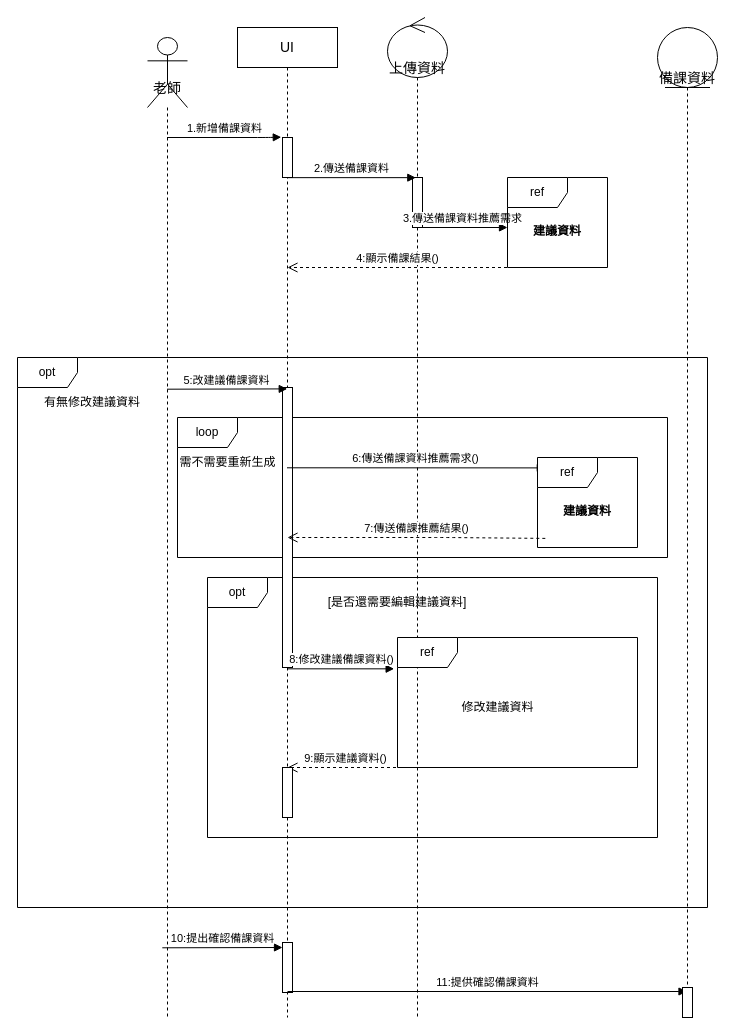
Above: AC循序圖(建立備課資料並修改建議資料).drawio in Kevincheng0804/System-analysis (draw.io), before the change. Source tidied: cells renumbered, new cells numbered last; positions are measured from the earlier drawing's top-left corner, leaving out a move shared by most shapes. Both pictures are drawn from the tidied source at 100%, with x=0, y=0 at pixel (17, 17).
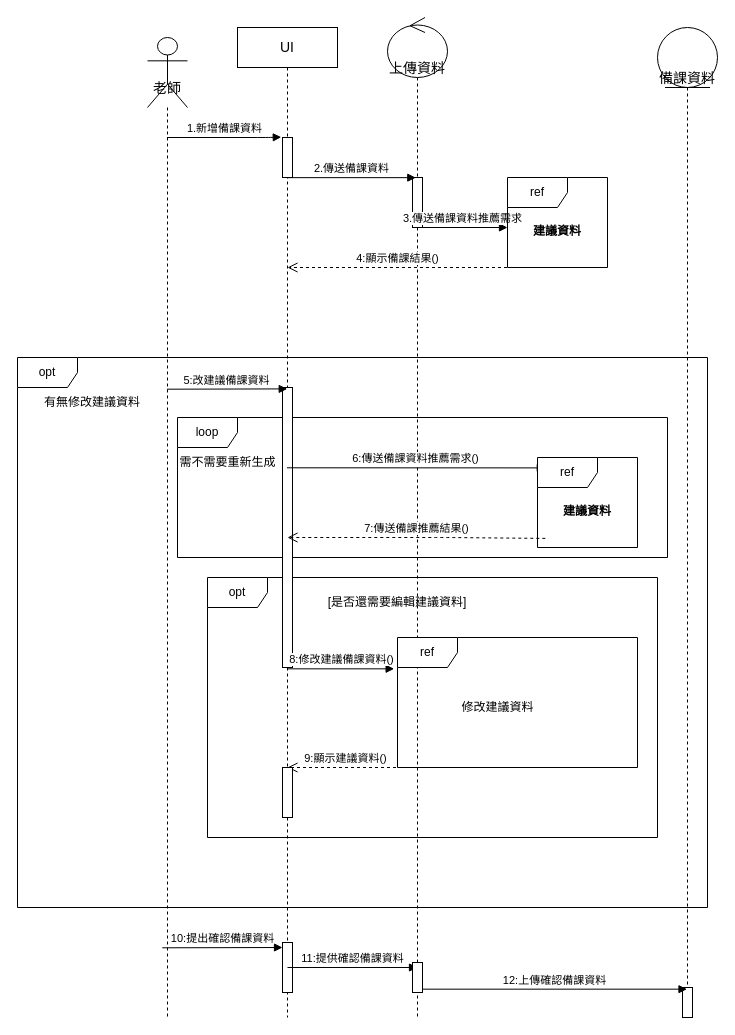
The same page after the edit.

Unchanged cells that the change refers to:
```xml
<mxCell id="28" value="備課資料" style="shape=umlLifeline;participant=umlEntity;perimeter=lifelinePerimeter;whiteSpace=wrap;html=1;verticalAlign=top;spacingTop=36;outlineConnect=0;fontSize=14;size=60;" parent="1" vertex="1">
  <mxGeometry x="640" y="10" width="60" height="990" as="geometry" />
</mxCell>
```

Change to the diagram source:
```diff
@@
     <mxCell id="33" value="11:提供確認備課資料" style="html=1;verticalAlign=bottom;startArrow=none;startFill=0;endArrow=block;startSize=8;exitX=1.007;exitY=0.889;exitDx=0;exitDy=0;exitPerimeter=0;" parent="1" edge="1">
       <mxGeometry relative="1" as="geometry">
-        <mxPoint x="270" y="974" as="sourcePoint" />
-        <mxPoint x="669.5" y="974" as="targetPoint" />
+        <mxPoint x="270" y="950" as="sourcePoint" />
+        <mxPoint x="400" y="950" as="targetPoint" />
       </mxGeometry>
     </mxCell>
@@
+    <mxCell id="35" value="12:上傳確認備課資料" style="html=1;verticalAlign=bottom;startArrow=none;startFill=0;endArrow=block;startSize=8;exitX=1.007;exitY=0.889;exitDx=0;exitDy=0;exitPerimeter=0;" parent="1" edge="1" source="37" target="28">
+      <mxGeometry relative="1" as="geometry" />
+    </mxCell>
+    <mxCell id="36" style="html=1;verticalAlign=bottom;startArrow=none;startFill=0;endArrow=none;startSize=8;exitX=1.007;exitY=0.889;exitDx=0;exitDy=0;exitPerimeter=0;" parent="1" edge="1" target="37">
+      <mxGeometry relative="1" as="geometry">
+        <mxPoint x="400" y="970" as="sourcePoint" />
+      </mxGeometry>
+    </mxCell>
+    <mxCell id="37" style="html=1;points=[];perimeter=orthogonalPerimeter;" parent="1" vertex="1">
+      <mxGeometry x="395" y="945" width="10" height="30" as="geometry" />
+    </mxCell>
```
